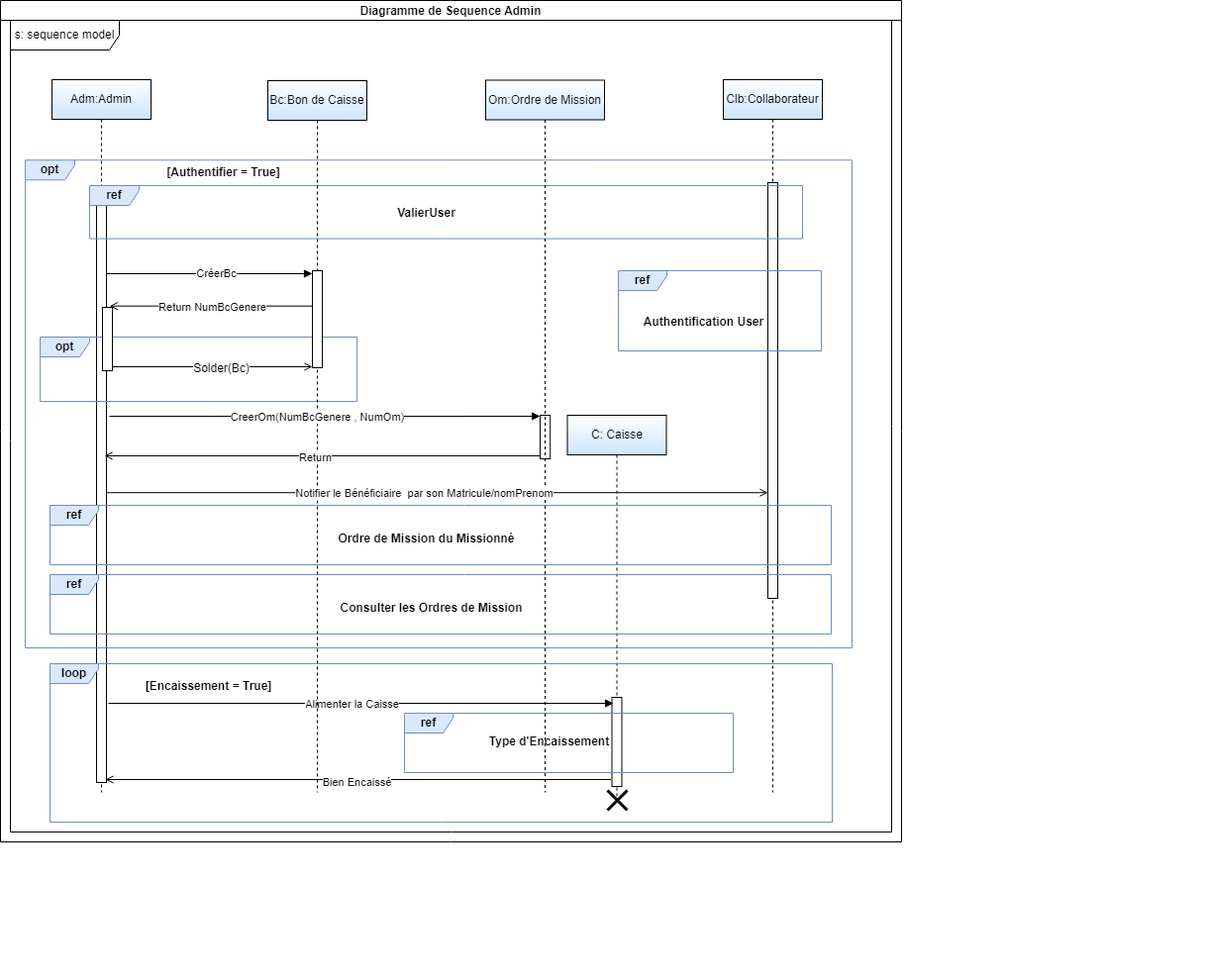
Earlier version of the draw.io export sequenceDiagramAdmin.drawio.png (BARIGOU-Imane/Gestion-des-Ordres-de-Mission). Source tidied: cells renumbered, new cells last; positions are measured from the earlier drawing's top-left corner, leaving out a move shared by most shapes.
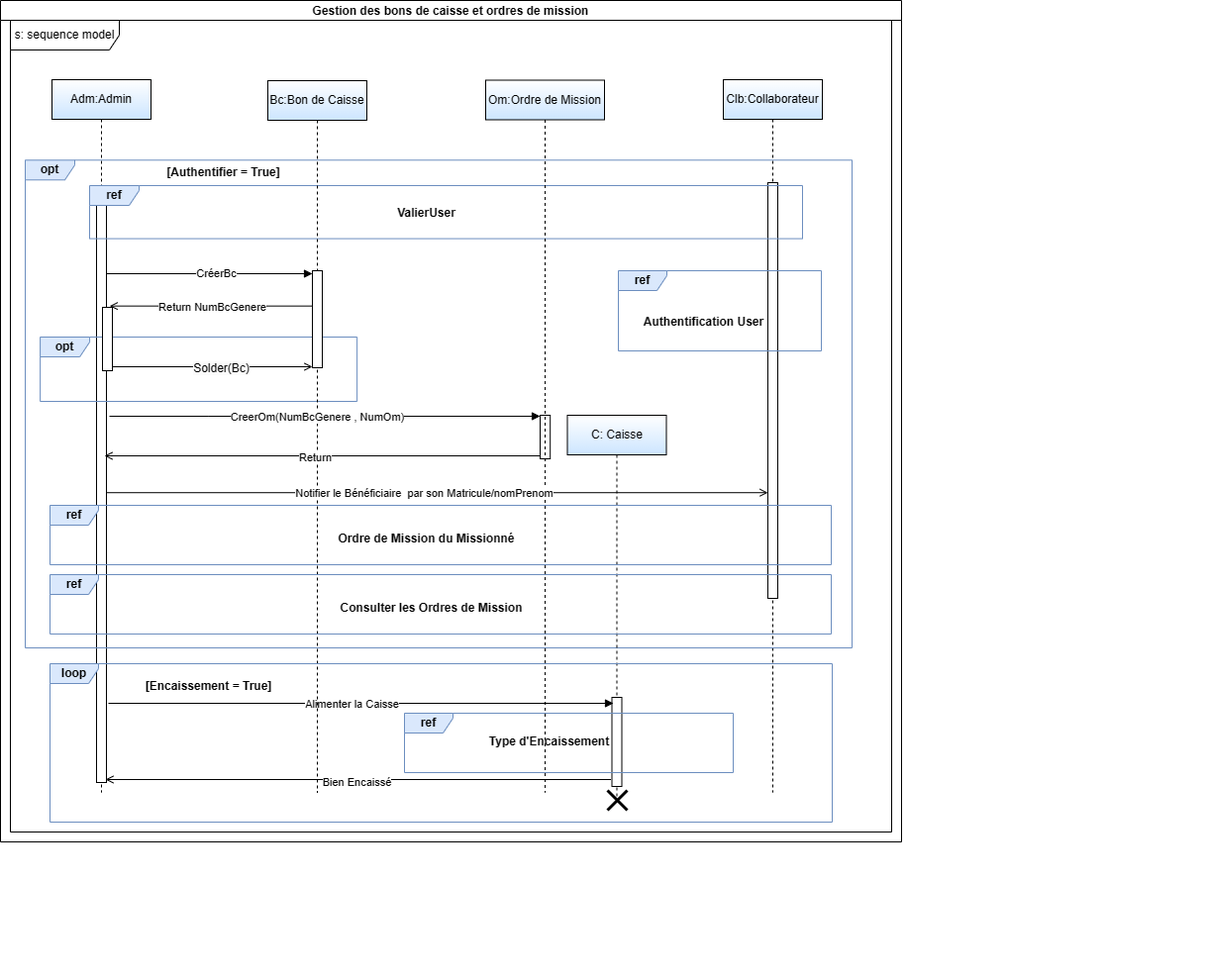
After the commit.

Commit message:
Mettre à jour sequenceDiagramAdmin.drawio.png

What changed in the source:
```diff
@@ -150,7 +150,7 @@
     <mxCell id="40" value="&lt;b&gt;ref&lt;/b&gt;" style="shape=umlFrame;whiteSpace=wrap;html=1;width=49;height=20;fillColor=#dae8fc;strokeColor=#6c8ebf;" parent="1" vertex="1">
       <mxGeometry x="50" y="510" width="789" height="60" as="geometry" />
     </mxCell>
-    <mxCell id="41" value="Diagramme de Sequence Admin" style="swimlane;startSize=20;" parent="1" vertex="1">
+    <mxCell id="41" value="Gestion des bons de caisse et ordres de mission" style="swimlane;startSize=20;" parent="1" vertex="1">
       <mxGeometry width="910" height="850" as="geometry" />
     </mxCell>
     <mxCell id="42" value="s: sequence model" style="shape=umlFrame;whiteSpace=wrap;html=1;width=110;height=30;" parent="41" vertex="1">
```
